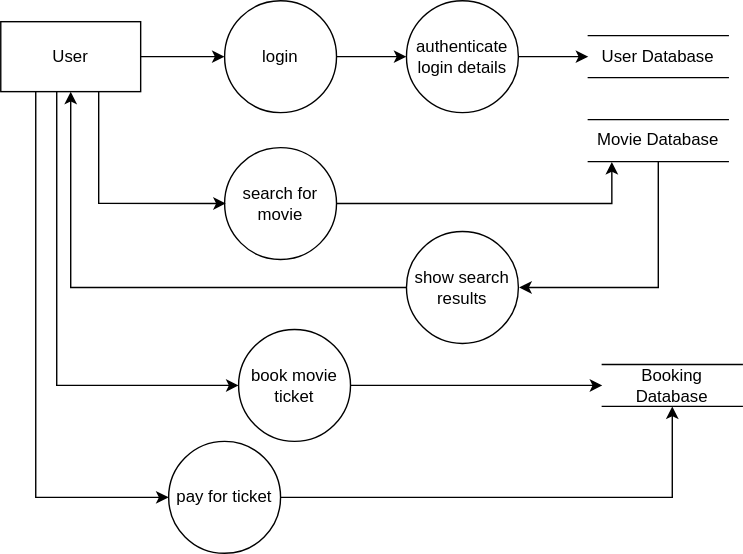
Before: physical-dfd-online-ticket-booking.drawio.svg, a diagram exported from draw.io (dinesh-58/draw.io-diagrams-storage). Source tidied: cells renumbered, new cells last; positions are measured from the earlier drawing's top-left corner, leaving out a move shared by most shapes. Source of this version:
```xml
<mxGraphModel>
  <root>
    <mxCell id="0" />
    <mxCell id="1" parent="0" />
    <mxCell id="2" style="edgeStyle=orthogonalEdgeStyle;rounded=0;jettySize=auto;html=1;entryX=1.007;entryY=0.5;entryDx=0;entryDy=0;entryPerimeter=0;exitX=0.5;exitY=1;exitDx=0;exitDy=0;" parent="1" edge="1" source="18" target="13">
      <mxGeometry relative="1" as="geometry">
        <Array as="points">
          <mxPoint x="470" y="205" />
        </Array>
      </mxGeometry>
    </mxCell>
    <mxCell id="3" value="User Database" style="html=1;dashed=0;whiteSpace=wrap;shape=partialRectangle;right=0;left=0;" parent="1" vertex="1">
      <mxGeometry x="420" y="25" width="100" height="30" as="geometry" />
    </mxCell>
    <mxCell id="4" style="edgeStyle=orthogonalEdgeStyle;rounded=0;jettySize=auto;html=1;" parent="1" edge="1" source="5" target="9">
      <mxGeometry relative="1" as="geometry" />
    </mxCell>
    <mxCell id="5" value="login" style="ellipse;whiteSpace=wrap;html=1;" parent="1" vertex="1">
      <mxGeometry x="160" width="80" height="80" as="geometry" />
    </mxCell>
    <mxCell id="6" style="edgeStyle=orthogonalEdgeStyle;rounded=0;jettySize=auto;html=1;" parent="1" edge="1" source="7" target="5">
      <mxGeometry relative="1" as="geometry" />
    </mxCell>
    <mxCell id="7" value="User" style="html=1;dashed=0;whiteSpace=wrap;" parent="1" vertex="1">
      <mxGeometry y="15" width="100" height="50" as="geometry" />
    </mxCell>
    <mxCell id="8" style="edgeStyle=orthogonalEdgeStyle;rounded=0;jettySize=auto;html=1;" parent="1" edge="1" source="9" target="3">
      <mxGeometry relative="1" as="geometry" />
    </mxCell>
    <mxCell id="9" value="authenticate login details" style="ellipse;whiteSpace=wrap;html=1;" parent="1" vertex="1">
      <mxGeometry x="290" width="80" height="80" as="geometry" />
    </mxCell>
    <mxCell id="10" style="edgeStyle=orthogonalEdgeStyle;rounded=0;jettySize=auto;html=1;entryX=0.168;entryY=1.007;entryDx=0;entryDy=0;entryPerimeter=0;" parent="1" edge="1" source="11" target="18">
      <mxGeometry relative="1" as="geometry" />
    </mxCell>
    <mxCell id="11" value="search for movie" style="ellipse;whiteSpace=wrap;html=1;" parent="1" vertex="1">
      <mxGeometry x="160" y="105" width="80" height="80" as="geometry" />
    </mxCell>
    <mxCell id="12" style="edgeStyle=orthogonalEdgeStyle;rounded=0;jettySize=auto;html=1;entryX=0.011;entryY=0.499;entryDx=0;entryDy=0;entryPerimeter=0;" parent="1" edge="1" source="7" target="11">
      <mxGeometry relative="1" as="geometry">
        <Array as="points">
          <mxPoint x="70" y="145" />
        </Array>
      </mxGeometry>
    </mxCell>
    <mxCell id="13" value="show search&lt;br&gt;results" style="ellipse;whiteSpace=wrap;html=1;" parent="1" vertex="1">
      <mxGeometry x="290" y="165" width="80" height="80" as="geometry" />
    </mxCell>
    <mxCell id="14" style="edgeStyle=orthogonalEdgeStyle;rounded=0;jettySize=auto;html=1;entryX=0.5;entryY=1;entryDx=0;entryDy=0;" parent="1" edge="1" source="13" target="7">
      <mxGeometry relative="1" as="geometry">
        <Array as="points">
          <mxPoint x="50" y="205" />
        </Array>
      </mxGeometry>
    </mxCell>
    <mxCell id="15" style="edgeStyle=orthogonalEdgeStyle;rounded=0;jettySize=auto;html=1;startArrow=classic;startFill=1;endArrow=none;endFill=0;" parent="1" edge="1" source="17">
      <mxGeometry relative="1" as="geometry">
        <mxPoint x="40" y="65" as="targetPoint" />
        <Array as="points">
          <mxPoint x="40" y="275" />
          <mxPoint x="40" y="65" />
        </Array>
      </mxGeometry>
    </mxCell>
    <mxCell id="16" style="edgeStyle=orthogonalEdgeStyle;rounded=0;jettySize=auto;html=1;entryX=0;entryY=0.5;entryDx=0;entryDy=0;" parent="1" edge="1" source="17" target="19">
      <mxGeometry relative="1" as="geometry" />
    </mxCell>
    <mxCell id="17" value="book movie ticket" style="ellipse;whiteSpace=wrap;html=1;" parent="1" vertex="1">
      <mxGeometry x="170" y="235" width="80" height="80" as="geometry" />
    </mxCell>
    <mxCell id="18" value="Movie Database" style="html=1;dashed=0;whiteSpace=wrap;shape=partialRectangle;right=0;left=0;" parent="1" vertex="1">
      <mxGeometry x="420" y="85" width="100" height="30" as="geometry" />
    </mxCell>
    <mxCell id="19" value="Booking Database" style="html=1;dashed=0;whiteSpace=wrap;shape=partialRectangle;right=0;left=0;" parent="1" vertex="1">
      <mxGeometry x="430" y="260" width="100" height="30" as="geometry" />
    </mxCell>
    <mxCell id="20" style="edgeStyle=orthogonalEdgeStyle;rounded=0;jettySize=auto;html=1;entryX=0.5;entryY=1;entryDx=0;entryDy=0;" parent="1" edge="1" source="22" target="19">
      <mxGeometry relative="1" as="geometry" />
    </mxCell>
    <mxCell id="21" style="edgeStyle=orthogonalEdgeStyle;rounded=0;jettySize=auto;html=1;entryX=0.25;entryY=1;entryDx=0;entryDy=0;startArrow=classic;startFill=1;endArrow=none;endFill=0;" parent="1" edge="1" source="22" target="7">
      <mxGeometry relative="1" as="geometry" />
    </mxCell>
    <mxCell id="22" value="pay for ticket" style="ellipse;whiteSpace=wrap;html=1;" parent="1" vertex="1">
      <mxGeometry x="120" y="315" width="80" height="80" as="geometry" />
    </mxCell>
  </root>
</mxGraphModel>
```
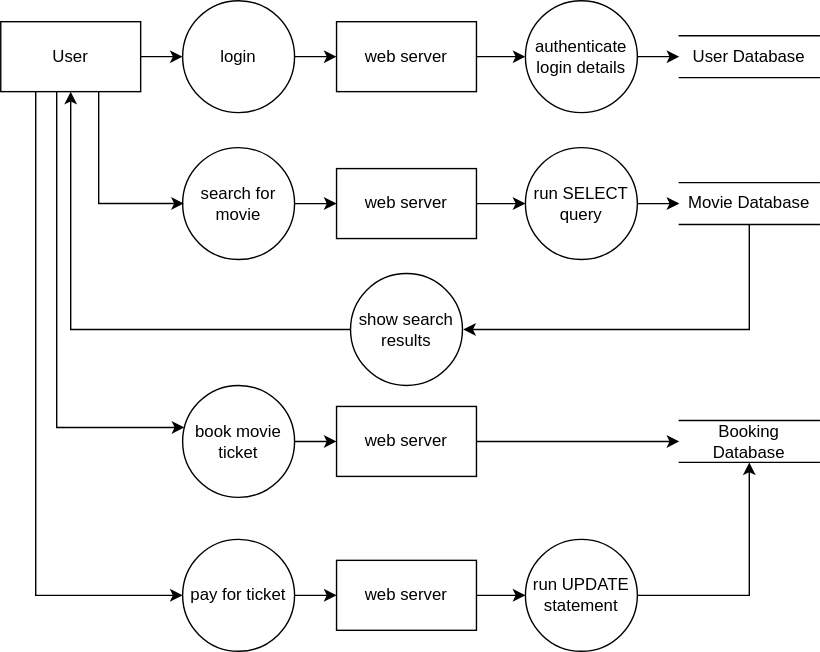
After the change.

Change to the diagram source:
```diff
@@ -5,18 +5,18 @@
     <mxCell id="2" style="edgeStyle=orthogonalEdgeStyle;rounded=0;jettySize=auto;html=1;entryX=1.007;entryY=0.5;entryDx=0;entryDy=0;entryPerimeter=0;exitX=0.5;exitY=1;exitDx=0;exitDy=0;" parent="1" edge="1" source="18" target="13">
       <mxGeometry relative="1" as="geometry">
         <Array as="points">
-          <mxPoint x="470" y="205" />
+          <mxPoint x="535" y="235" />
         </Array>
       </mxGeometry>
     </mxCell>
     <mxCell id="3" value="User Database" style="html=1;dashed=0;whiteSpace=wrap;shape=partialRectangle;right=0;left=0;" parent="1" vertex="1">
-      <mxGeometry x="420" y="25" width="100" height="30" as="geometry" />
+      <mxGeometry x="485" y="25" width="100" height="30" as="geometry" />
     </mxCell>
-    <mxCell id="4" style="edgeStyle=orthogonalEdgeStyle;rounded=0;jettySize=auto;html=1;" parent="1" edge="1" source="5" target="9">
-      <mxGeometry relative="1" as="geometry" />
-    </mxCell>
+    <mxCell id="23" style="edgeStyle=orthogonalEdgeStyle;rounded=0;jettySize=auto;html=1;" parent="1" edge="1" source="5" target="27">
+      <mxGeometry relative="1" as="geometry" />
+    </mxCell>
     <mxCell id="5" value="login" style="ellipse;whiteSpace=wrap;html=1;" parent="1" vertex="1">
-      <mxGeometry x="160" width="80" height="80" as="geometry" />
+      <mxGeometry x="130" width="80" height="80" as="geometry" />
     </mxCell>
     <mxCell id="6" style="edgeStyle=orthogonalEdgeStyle;rounded=0;jettySize=auto;html=1;" parent="1" edge="1" source="7" target="5">
       <mxGeometry relative="1" as="geometry" />
@@ -28,13 +28,13 @@
       <mxGeometry relative="1" as="geometry" />
     </mxCell>
     <mxCell id="9" value="authenticate login details" style="ellipse;whiteSpace=wrap;html=1;" parent="1" vertex="1">
-      <mxGeometry x="290" width="80" height="80" as="geometry" />
+      <mxGeometry x="375" width="80" height="80" as="geometry" />
     </mxCell>
-    <mxCell id="10" style="edgeStyle=orthogonalEdgeStyle;rounded=0;jettySize=auto;html=1;entryX=0.168;entryY=1.007;entryDx=0;entryDy=0;entryPerimeter=0;" parent="1" edge="1" source="11" target="18">
-      <mxGeometry relative="1" as="geometry" />
-    </mxCell>
+    <mxCell id="24" style="edgeStyle=orthogonalEdgeStyle;rounded=0;jettySize=auto;html=1;" parent="1" edge="1" source="11" target="29">
+      <mxGeometry relative="1" as="geometry" />
+    </mxCell>
     <mxCell id="11" value="search for movie" style="ellipse;whiteSpace=wrap;html=1;" parent="1" vertex="1">
-      <mxGeometry x="160" y="105" width="80" height="80" as="geometry" />
+      <mxGeometry x="130" y="105" width="80" height="80" as="geometry" />
     </mxCell>
     <mxCell id="12" style="edgeStyle=orthogonalEdgeStyle;rounded=0;jettySize=auto;html=1;entryX=0.011;entryY=0.499;entryDx=0;entryDy=0;entryPerimeter=0;" parent="1" edge="1" source="7" target="11">
       <mxGeometry relative="1" as="geometry">
@@ -44,12 +44,12 @@
       </mxGeometry>
     </mxCell>
     <mxCell id="13" value="show search&lt;br&gt;results" style="ellipse;whiteSpace=wrap;html=1;" parent="1" vertex="1">
-      <mxGeometry x="290" y="165" width="80" height="80" as="geometry" />
+      <mxGeometry x="250" y="195" width="80" height="80" as="geometry" />
     </mxCell>
     <mxCell id="14" style="edgeStyle=orthogonalEdgeStyle;rounded=0;jettySize=auto;html=1;entryX=0.5;entryY=1;entryDx=0;entryDy=0;" parent="1" edge="1" source="13" target="7">
       <mxGeometry relative="1" as="geometry">
         <Array as="points">
-          <mxPoint x="50" y="205" />
+          <mxPoint x="50" y="235" />
         </Array>
       </mxGeometry>
     </mxCell>
@@ -57,31 +57,66 @@
       <mxGeometry relative="1" as="geometry">
         <mxPoint x="40" y="65" as="targetPoint" />
         <Array as="points">
-          <mxPoint x="40" y="275" />
-          <mxPoint x="40" y="65" />
+          <mxPoint x="40" y="305" />
         </Array>
       </mxGeometry>
     </mxCell>
-    <mxCell id="16" style="edgeStyle=orthogonalEdgeStyle;rounded=0;jettySize=auto;html=1;entryX=0;entryY=0.5;entryDx=0;entryDy=0;" parent="1" edge="1" source="17" target="19">
+    <mxCell id="16" style="edgeStyle=orthogonalEdgeStyle;rounded=0;jettySize=auto;html=1;entryX=0;entryY=0.5;entryDx=0;entryDy=0;" parent="1" edge="1" source="33" target="19">
       <mxGeometry relative="1" as="geometry" />
     </mxCell>
     <mxCell id="17" value="book movie ticket" style="ellipse;whiteSpace=wrap;html=1;" parent="1" vertex="1">
-      <mxGeometry x="170" y="235" width="80" height="80" as="geometry" />
+      <mxGeometry x="130" y="275" width="80" height="80" as="geometry" />
     </mxCell>
     <mxCell id="18" value="Movie Database" style="html=1;dashed=0;whiteSpace=wrap;shape=partialRectangle;right=0;left=0;" parent="1" vertex="1">
-      <mxGeometry x="420" y="85" width="100" height="30" as="geometry" />
+      <mxGeometry x="485" y="130" width="100" height="30" as="geometry" />
     </mxCell>
     <mxCell id="19" value="Booking Database" style="html=1;dashed=0;whiteSpace=wrap;shape=partialRectangle;right=0;left=0;" parent="1" vertex="1">
-      <mxGeometry x="430" y="260" width="100" height="30" as="geometry" />
+      <mxGeometry x="485" y="300" width="100" height="30" as="geometry" />
     </mxCell>
-    <mxCell id="20" style="edgeStyle=orthogonalEdgeStyle;rounded=0;jettySize=auto;html=1;entryX=0.5;entryY=1;entryDx=0;entryDy=0;" parent="1" edge="1" source="22" target="19">
+    <mxCell id="20" style="edgeStyle=orthogonalEdgeStyle;rounded=0;jettySize=auto;html=1;entryX=0.5;entryY=1;entryDx=0;entryDy=0;" parent="1" edge="1" source="34" target="19">
       <mxGeometry relative="1" as="geometry" />
     </mxCell>
     <mxCell id="21" style="edgeStyle=orthogonalEdgeStyle;rounded=0;jettySize=auto;html=1;entryX=0.25;entryY=1;entryDx=0;entryDy=0;startArrow=classic;startFill=1;endArrow=none;endFill=0;" parent="1" edge="1" source="22" target="7">
       <mxGeometry relative="1" as="geometry" />
     </mxCell>
+    <mxCell id="25" style="edgeStyle=orthogonalEdgeStyle;rounded=0;jettySize=auto;html=1;" parent="1" edge="1" source="22" target="36">
+      <mxGeometry relative="1" as="geometry" />
+    </mxCell>
     <mxCell id="22" value="pay for ticket" style="ellipse;whiteSpace=wrap;html=1;" parent="1" vertex="1">
-      <mxGeometry x="120" y="315" width="80" height="80" as="geometry" />
+      <mxGeometry x="130" y="385" width="80" height="80" as="geometry" />
     </mxCell>
+    <mxCell id="26" style="edgeStyle=orthogonalEdgeStyle;rounded=0;jettySize=auto;html=1;" parent="1" edge="1" source="27" target="9">
+      <mxGeometry relative="1" as="geometry" />
+    </mxCell>
+    <mxCell id="27" value="web server" style="html=1;dashed=0;whiteSpace=wrap;" parent="1" vertex="1">
+      <mxGeometry x="240" y="15" width="100" height="50" as="geometry" />
+    </mxCell>
+    <mxCell id="28" style="edgeStyle=orthogonalEdgeStyle;rounded=0;jettySize=auto;html=1;" parent="1" edge="1" source="29" target="31">
+      <mxGeometry relative="1" as="geometry" />
+    </mxCell>
+    <mxCell id="29" value="web server" style="html=1;dashed=0;whiteSpace=wrap;" parent="1" vertex="1">
+      <mxGeometry x="240" y="120" width="100" height="50" as="geometry" />
+    </mxCell>
+    <mxCell id="30" style="edgeStyle=orthogonalEdgeStyle;rounded=0;jettySize=auto;html=1;" parent="1" edge="1" source="31" target="18">
+      <mxGeometry relative="1" as="geometry" />
+    </mxCell>
+    <mxCell id="31" value="run SELECT query" style="ellipse;whiteSpace=wrap;html=1;" parent="1" vertex="1">
+      <mxGeometry x="375" y="105" width="80" height="80" as="geometry" />
+    </mxCell>
+    <mxCell id="32" style="edgeStyle=orthogonalEdgeStyle;rounded=0;jettySize=auto;html=1;entryX=0;entryY=0.5;entryDx=0;entryDy=0;" parent="1" edge="1" source="17" target="33">
+      <mxGeometry relative="1" as="geometry" />
+    </mxCell>
+    <mxCell id="33" value="web server" style="html=1;dashed=0;whiteSpace=wrap;" parent="1" vertex="1">
+      <mxGeometry x="240" y="290" width="100" height="50" as="geometry" />
+    </mxCell>
+    <mxCell id="34" value="run UPDATE&lt;br&gt;statement" style="ellipse;whiteSpace=wrap;html=1;" parent="1" vertex="1">
+      <mxGeometry x="375" y="385" width="80" height="80" as="geometry" />
+    </mxCell>
+    <mxCell id="35" style="edgeStyle=orthogonalEdgeStyle;rounded=0;jettySize=auto;html=1;" parent="1" edge="1" source="36" target="34">
+      <mxGeometry relative="1" as="geometry" />
+    </mxCell>
+    <mxCell id="36" value="web server" style="html=1;dashed=0;whiteSpace=wrap;" parent="1" vertex="1">
+      <mxGeometry x="240" y="400" width="100" height="50" as="geometry" />
+    </mxCell>
   </root>
 </mxGraphModel>
```
